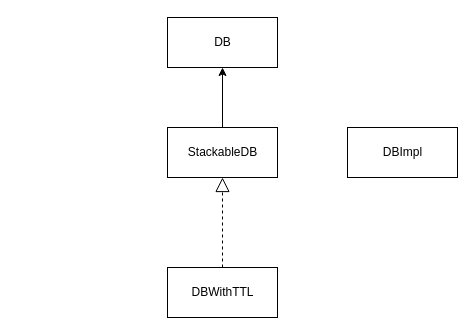
The draw.io diagram Untitled Diagram.drawio in ustcr7/draw.io, before the edit. Source tidied: cells renumbered, new cells numbered last; positions are measured from the earlier drawing's top-left corner, leaving out a move shared by most shapes. Both pictures are drawn from the tidied source at 100%, with x=0, y=0 at pixel (167, 17).
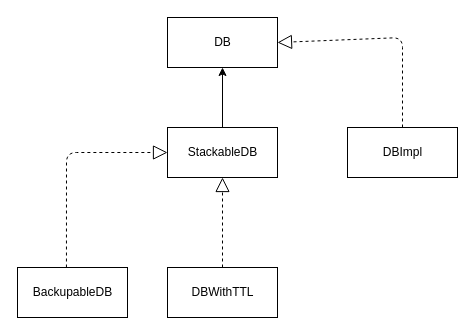
The same diagram, later.

Change to the diagram source:
```diff
@@
 <mxGraphModel>
   <root>
     <mxCell id="0" />
     <mxCell id="1" parent="0" />
     <mxCell id="2" value="DB" style="html=1;" parent="1" vertex="1">
       <mxGeometry width="110" height="50" as="geometry" />
     </mxCell>
     <mxCell id="3" style="edgeStyle=orthogonalEdgeStyle;rounded=0;jettySize=auto;html=1;exitX=0.5;exitY=0;exitDx=0;exitDy=0;entryX=0.5;entryY=1;entryDx=0;entryDy=0;" parent="1" edge="1" source="4" target="2">
       <mxGeometry relative="1" as="geometry" />
     </mxCell>
     <mxCell id="4" value="StackableDB" style="html=1;" parent="1" vertex="1">
       <mxGeometry y="110" width="110" height="50" as="geometry" />
     </mxCell>
     <mxCell id="5" value="DBWithTTL" style="html=1;" parent="1" vertex="1">
       <mxGeometry y="250" width="110" height="50" as="geometry" />
     </mxCell>
     <mxCell id="6" style="endArrow=block;dashed=1;endFill=0;endSize=12;html=1;exitX=0.5;exitY=0;exitDx=0;exitDy=0;entryX=0.5;entryY=1;entryDx=0;entryDy=0;" parent="1" edge="1" source="5" target="4">
       <mxGeometry relative="1" as="geometry" />
     </mxCell>
     <mxCell id="7" value="DBImpl" style="html=1;" parent="1" vertex="1">
       <mxGeometry x="180" y="110" width="110" height="50" as="geometry" />
     </mxCell>
+    <mxCell id="8" style="endArrow=block;dashed=1;endFill=0;endSize=12;html=1;entryX=1;entryY=0.5;entryDx=0;entryDy=0;exitX=0.5;exitY=0;exitDx=0;exitDy=0;" parent="1" edge="1" source="7" target="2">
+      <mxGeometry relative="1" as="geometry">
+        <Array as="points">
+          <mxPoint x="235" y="20" />
+        </Array>
+      </mxGeometry>
+    </mxCell>
+    <mxCell id="9" value="BackupableDB" style="html=1;" parent="1" vertex="1">
+      <mxGeometry x="-150" y="250" width="110" height="50" as="geometry" />
+    </mxCell>
+    <mxCell id="10" style="endArrow=block;dashed=1;endFill=0;endSize=12;html=1;exitX=0.445;exitY=0;exitDx=0;exitDy=0;exitPerimeter=0;entryX=0;entryY=0.5;entryDx=0;entryDy=0;" parent="1" edge="1" source="9" target="4">
+      <mxGeometry relative="1" as="geometry">
+        <Array as="points">
+          <mxPoint x="-101" y="135" />
+        </Array>
+      </mxGeometry>
+    </mxCell>
   </root>
 </mxGraphModel>
```
